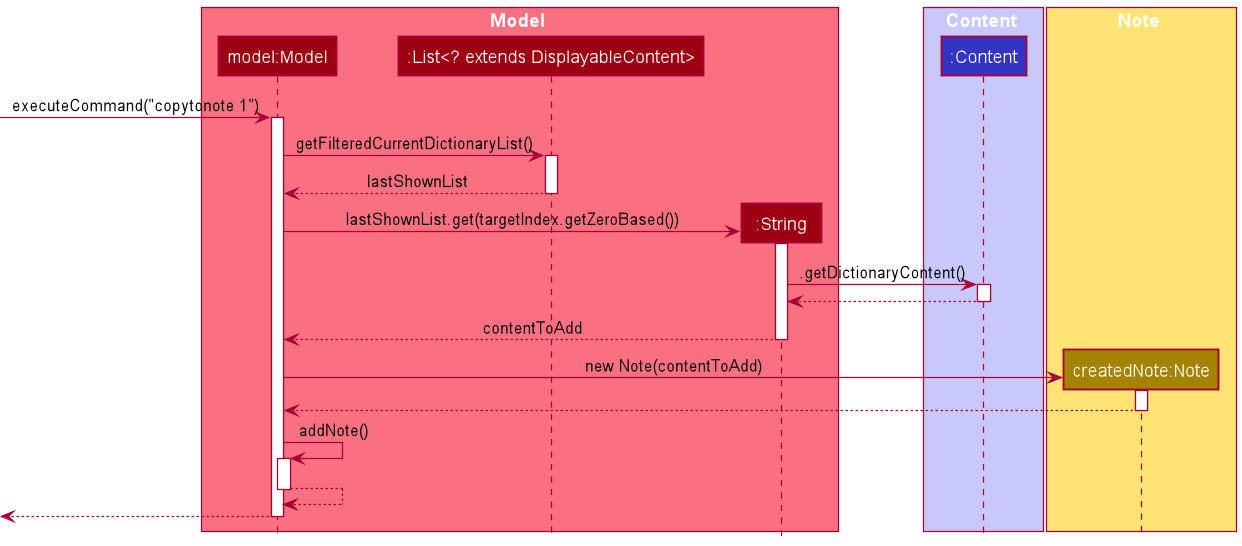
Above: docs/images/CopyToNoteDiagram.png in nus-cs2103-AY2021S2/tp (PlantUML), before the change.
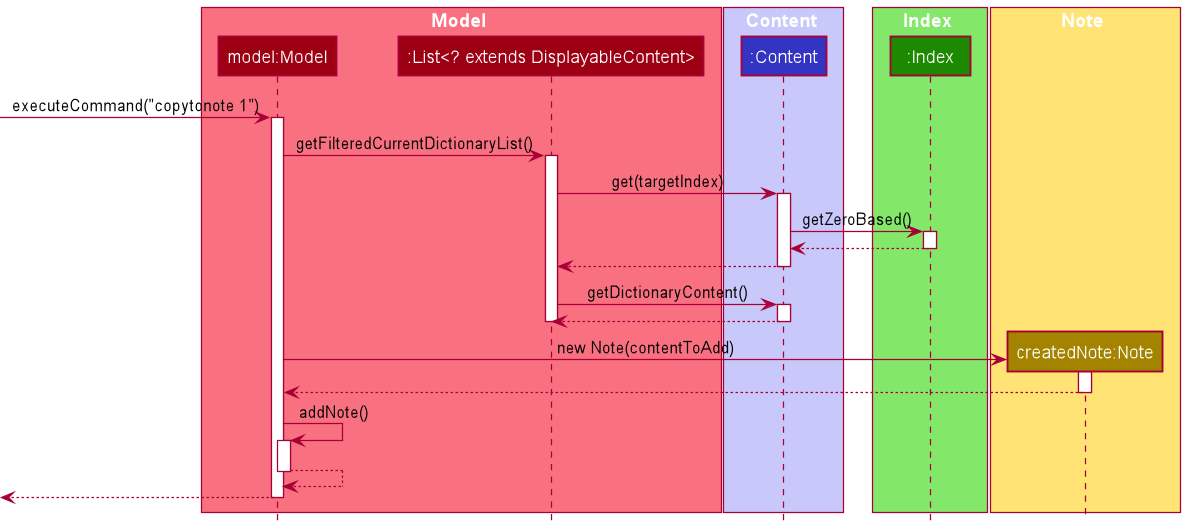
After the change.

Commit message:
Update Documentation: Developer's Guide, User Guide, UML, Comment headers

What changed in the source:
```diff
@@ -4,11 +4,14 @@
 box Model MODEL_COLOR_T1
 participant "model:Model" as Model MODEL_COLOR
 participant ":List<? extends DisplayableContent>" as List MODEL_COLOR
-participant ":String" as Content MODEL_COLOR
 end box
 
 box Content LOGIC_COLOR_T1
 participant ":Content" as ContentObj LOGIC_COLOR
+end box
+
+box Index UI_COLOR_T1
+participant ":Index" as Index UI_COLOR
 end box
 
 box Note STORAGE_COLOR_T1
@@ -21,20 +24,21 @@
 
 Model -> List : getFilteredCurrentDictionaryList()
 activate List
-List --> Model : lastShownList
+
+List -> ContentObj : get(targetIndex)
+activate ContentObj
+
+ContentObj -> Index : getZeroBased()
+activate Index
+Index --> ContentObj
+deactivate Index
+ContentObj --> List
+deactivate ContentObj
+List -> ContentObj : getDictionaryContent()
+activate ContentObj
+ContentObj --> List
+deactivate ContentObj
 deactivate List
-
-create Content
-Model -> Content : lastShownList.get(targetIndex.getZeroBased())
-activate Content
-
-Content -> ContentObj : .getDictionaryContent()
-activate ContentObj
-ContentObj --> Content
-deactivate ContentObj
-
-Content --> Model : contentToAdd
-deactivate Content
 
 create Note
 Model -> Note : new Note(contentToAdd)
```
